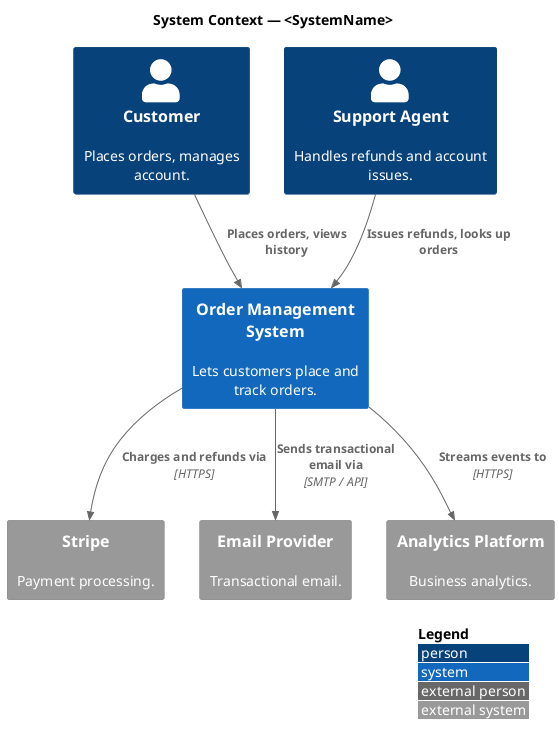
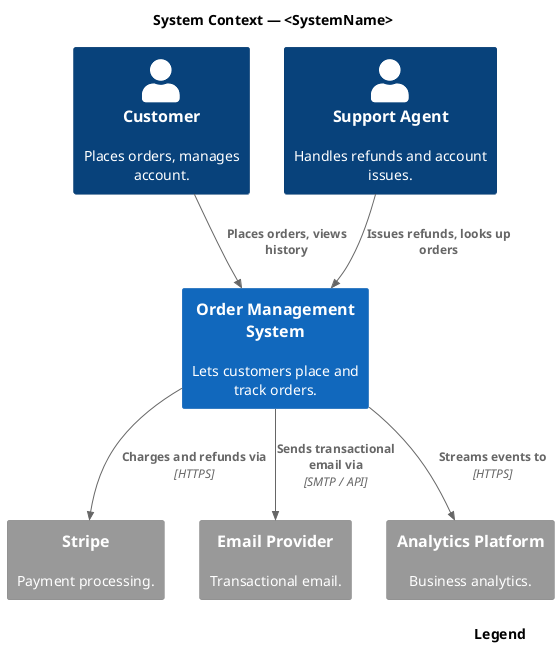
' C4 Context diagram skeleton.
' Shows: the system, its users, and external systems it interacts with.
' Does NOT show internal containers or components — that's the wrong level.
'
' Stdlib include (works with PlantUML built-in standard library, bundled since ~2020).
' Fallback if your PlantUML build is older:
'   !include https://raw.githubusercontent.com/plantuml-stdlib/C4-PlantUML/master/C4_Context.puml

@startuml c4-context
!include <C4/C4_Context>

- ' Optional: switch direction or enable legend.
+ ' Optional modernized style (C4-PlantUML v2.13.0+).
+ ' !ROUNDED_STYLE=1
+ ' !NEW_C4_STYLE=1
+ 
+ ' Optional: switch direction.
' LAYOUT_LEFT_RIGHT()
- LAYOUT_WITH_LEGEND()
+ ' LAYOUT_LANDSCAPE()    ' add !NO_LAY_ROTATE=1 if Lay_*() hints stop working
+ 
+ SHOW_LEGEND()

title System Context — <SystemName>

Person(customer, "Customer", "Places orders, manages account.")
Person(support, "Support Agent", "Handles refunds and account issues.")

System(system, "Order Management System", "Lets customers place and track orders.")

System_Ext(stripe, "Stripe", "Payment processing.")
System_Ext(email, "Email Provider", "Transactional email.")
System_Ext(analytics, "Analytics Platform", "Business analytics.")

Rel(customer, system, "Places orders, views history")
Rel(support, system, "Issues refunds, looks up orders")
Rel(system, stripe, "Charges and refunds via", "HTTPS")
Rel(system, email, "Sends transactional email via", "SMTP / API")
Rel(system, analytics, "Streams events to", "HTTPS")

@enduml
